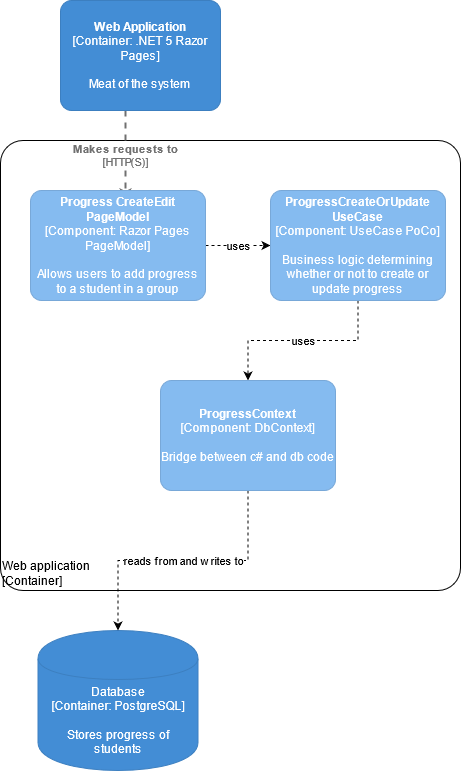
Above: docs/c4-model-C3.png in timohermans/StudentProgress (draw.io), before the change. Source tidied: cells renumbered, new cells last; positions are measured from the earlier drawing's top-left corner, leaving out a move shared by most shapes. Source of this version:
```xml
<mxGraphModel>
  <root>
    <mxCell id="0" />
    <mxCell id="1" parent="0" />
    <object id="2" label="&lt;div style=&quot;text-align: left&quot;&gt;%c4Name%&lt;/div&gt;&lt;div style=&quot;text-align: left&quot;&gt;[%c4Application%]&lt;/div&gt;" c4Application="Container" c4Name="Web application" c4Type="ExecutionEnvironment" placeholders="1">
      <mxCell style="rounded=1;whiteSpace=wrap;html=1;labelBackgroundColor=none;fillColor=#ffffff;fontColor=#000000;align=left;arcSize=5;strokeColor=#000000;verticalAlign=bottom;metaData={&quot;c4Type&quot;:{&quot;editable&quot;:false}};" parent="1" vertex="1">
        <mxGeometry y="140" width="460" height="450" as="geometry" />
      </mxCell>
    </object>
    <object id="3" label="%c4Type%&lt;div&gt;[Container:&amp;nbsp;%c4Technology%]&lt;/div&gt;&lt;br&gt;&lt;div&gt;%c4Description%&lt;/div&gt;" c4Description="Stores progress of &#10;students" c4Technology="PostgreSQL" c4Type="Database" placeholders="1">
      <mxCell style="shape=cylinder;whiteSpace=wrap;html=1;boundedLbl=1;rounded=0;labelBackgroundColor=none;fillColor=#438DD5;fontSize=12;fontColor=#ffffff;align=center;strokeColor=#3C7FC0;points=[[0.5,0,0],[1,0.25,0],[1,0.5,0],[1,0.75,0],[0.5,1,0],[0,0.75,0],[0,0.5,0],[0,0.25,0]];metaData={&quot;c4Type&quot;:{&quot;editable&quot;:false}};" parent="1" vertex="1">
        <mxGeometry x="37.5" y="630" width="160" height="140" as="geometry" />
      </mxCell>
    </object>
    <object id="4" label="&lt;div style=&quot;text-align: left&quot;&gt;&lt;div style=&quot;text-align: center&quot;&gt;&lt;b&gt;%c4Description%&lt;/b&gt;&lt;/div&gt;&lt;div style=&quot;text-align: center&quot;&gt;[%c4Technology%]&lt;/div&gt;&lt;/div&gt;" c4Description="Makes requests to" c4Technology="HTTP(S)" c4Type="Relationship" placeholders="1">
      <mxCell style="edgeStyle=none;rounded=0;html=1;jettySize=auto;orthogonalLoop=1;strokeColor=#707070;strokeWidth=2;fontColor=#707070;jumpStyle=none;dashed=1;metaData={&quot;c4Type&quot;:{&quot;editable&quot;:false}};exitX=0.5;exitY=1;exitDx=0;exitDy=0;exitPerimeter=0;" parent="1" edge="1">
        <mxGeometry relative="1" as="geometry">
          <mxPoint x="125" y="110" as="sourcePoint" />
          <mxPoint x="125" y="200" as="targetPoint" />
        </mxGeometry>
      </mxCell>
    </object>
    <object id="5" label="&lt;b&gt;%c4Name%&lt;/b&gt;&lt;div&gt;[%c4Type%: %c4Technology%]&lt;/div&gt;&lt;br&gt;&lt;div&gt;%c4Description%&lt;/div&gt;" c4Description="Meat of the system" c4Name="Web Application" c4Technology=".NET 5 Razor Pages" c4Type="Container" placeholders="1">
      <mxCell style="rounded=1;whiteSpace=wrap;html=1;labelBackgroundColor=none;fillColor=#438DD5;fontColor=#ffffff;align=center;arcSize=10;strokeColor=#3C7FC0;metaData={&quot;c4Type&quot;:{&quot;editable&quot;:false}};" parent="1" vertex="1">
        <mxGeometry x="60" width="160" height="110" as="geometry" />
      </mxCell>
    </object>
    <mxCell id="6" value="uses" style="edgeStyle=orthogonalEdgeStyle;rounded=0;jettySize=auto;html=1;dashed=1;" parent="1" edge="1" source="7" target="9">
      <mxGeometry relative="1" as="geometry" />
    </mxCell>
    <object id="7" label="&lt;b&gt;%c4Name%&lt;/b&gt;&lt;div&gt;[%c4Type%: %c4Technology%]&lt;/div&gt;&lt;br&gt;&lt;div&gt;%c4Description%&lt;/div&gt;" c4Description="Allows users to add progress to a student in a group" c4Name="Progress CreateEdit PageModel" c4Technology="Razor Pages PageModel" c4Type="Component" placeholders="1">
      <mxCell style="rounded=1;whiteSpace=wrap;html=1;labelBackgroundColor=none;fillColor=#85BBF0;fontColor=#ffffff;align=center;arcSize=10;strokeColor=#78A8D8;metaData={&quot;c4Type&quot;:{&quot;editable&quot;:false}};points=[[0.25,0,0],[0.5,0,0],[0.75,0,0],[1,0.25,0],[1,0.5,0],[1,0.75,0],[0.75,1,0],[0.5,1,0],[0.25,1,0],[0,0.75,0],[0,0.5,0],[0,0.25,0]];" parent="1" vertex="1">
        <mxGeometry x="30" y="190" width="175" height="110" as="geometry" />
      </mxCell>
    </object>
    <mxCell id="8" value="uses" style="edgeStyle=orthogonalEdgeStyle;rounded=0;jettySize=auto;html=1;dashed=1;" parent="1" edge="1" source="9" target="11">
      <mxGeometry relative="1" as="geometry" />
    </mxCell>
    <object id="9" label="&lt;b&gt;%c4Name%&lt;/b&gt;&lt;div&gt;[%c4Type%: %c4Technology%]&lt;/div&gt;&lt;br&gt;&lt;div&gt;%c4Description%&lt;/div&gt;" c4Description="Business logic determining whether or not to create or update progress" c4Name="ProgressCreateOrUpdate UseCase" c4Technology="UseCase PoCo" c4Type="Component" placeholders="1">
      <mxCell style="rounded=1;whiteSpace=wrap;html=1;labelBackgroundColor=none;fillColor=#85BBF0;fontColor=#ffffff;align=center;arcSize=10;strokeColor=#78A8D8;metaData={&quot;c4Type&quot;:{&quot;editable&quot;:false}};points=[[0.25,0,0],[0.5,0,0],[0.75,0,0],[1,0.25,0],[1,0.5,0],[1,0.75,0],[0.75,1,0],[0.5,1,0],[0.25,1,0],[0,0.75,0],[0,0.5,0],[0,0.25,0]];" parent="1" vertex="1">
        <mxGeometry x="270" y="190" width="175" height="110" as="geometry" />
      </mxCell>
    </object>
    <mxCell id="10" value="reads from and writes to" style="edgeStyle=orthogonalEdgeStyle;rounded=0;jettySize=auto;html=1;dashed=1;" parent="1" edge="1" source="11" target="3">
      <mxGeometry relative="1" as="geometry" />
    </mxCell>
    <object id="11" label="&lt;b&gt;%c4Name%&lt;/b&gt;&lt;div&gt;[%c4Type%: %c4Technology%]&lt;/div&gt;&lt;br&gt;&lt;div&gt;%c4Description%&lt;/div&gt;" c4Description="Bridge between c# and db code" c4Name="ProgressContext" c4Technology="DbContext" c4Type="Component" placeholders="1">
      <mxCell style="rounded=1;whiteSpace=wrap;html=1;labelBackgroundColor=none;fillColor=#85BBF0;fontColor=#ffffff;align=center;arcSize=10;strokeColor=#78A8D8;metaData={&quot;c4Type&quot;:{&quot;editable&quot;:false}};points=[[0.25,0,0],[0.5,0,0],[0.75,0,0],[1,0.25,0],[1,0.5,0],[1,0.75,0],[0.75,1,0],[0.5,1,0],[0.25,1,0],[0,0.75,0],[0,0.5,0],[0,0.25,0]];" parent="1" vertex="1">
        <mxGeometry x="160" y="380" width="175" height="110" as="geometry" />
      </mxCell>
    </object>
  </root>
</mxGraphModel>
```
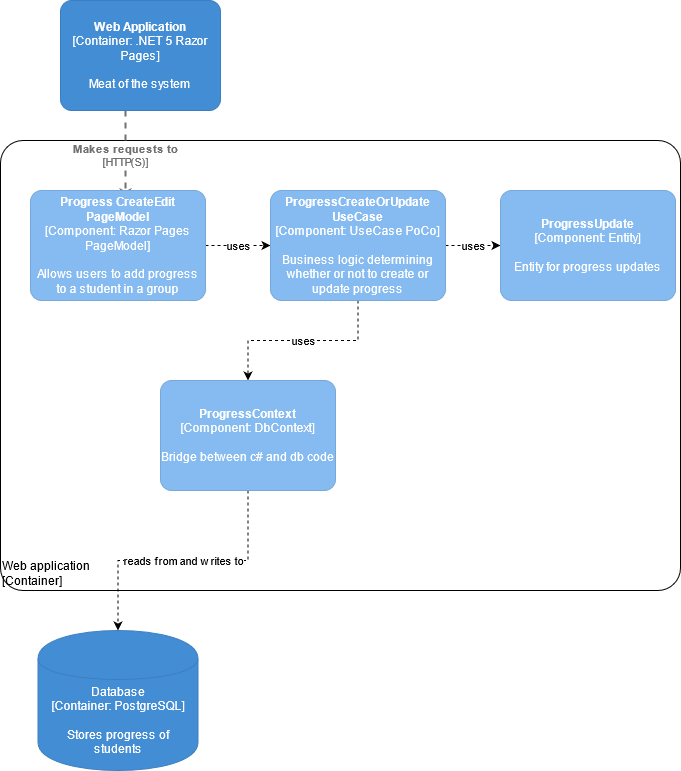
After the commit.

What changed in the source:
```diff
@@ -4,7 +4,7 @@
     <mxCell id="1" parent="0" />
     <object id="2" label="&lt;div style=&quot;text-align: left&quot;&gt;%c4Name%&lt;/div&gt;&lt;div style=&quot;text-align: left&quot;&gt;[%c4Application%]&lt;/div&gt;" c4Application="Container" c4Name="Web application" c4Type="ExecutionEnvironment" placeholders="1">
       <mxCell style="rounded=1;whiteSpace=wrap;html=1;labelBackgroundColor=none;fillColor=#ffffff;fontColor=#000000;align=left;arcSize=5;strokeColor=#000000;verticalAlign=bottom;metaData={&quot;c4Type&quot;:{&quot;editable&quot;:false}};" parent="1" vertex="1">
-        <mxGeometry y="140" width="460" height="450" as="geometry" />
+        <mxGeometry y="140" width="680" height="450" as="geometry" />
       </mxCell>
     </object>
     <object id="3" label="%c4Type%&lt;div&gt;[Container:&amp;nbsp;%c4Technology%]&lt;/div&gt;&lt;br&gt;&lt;div&gt;%c4Description%&lt;/div&gt;" c4Description="Stores progress of &#10;students" c4Technology="PostgreSQL" c4Type="Database" placeholders="1">
@@ -36,6 +36,9 @@
     <mxCell id="8" value="uses" style="edgeStyle=orthogonalEdgeStyle;rounded=0;jettySize=auto;html=1;dashed=1;" parent="1" edge="1" source="9" target="11">
       <mxGeometry relative="1" as="geometry" />
     </mxCell>
+    <mxCell id="12" value="uses" style="edgeStyle=orthogonalEdgeStyle;rounded=0;jettySize=auto;html=1;dashed=1;" parent="1" edge="1" source="9" target="13">
+      <mxGeometry relative="1" as="geometry" />
+    </mxCell>
     <object id="9" label="&lt;b&gt;%c4Name%&lt;/b&gt;&lt;div&gt;[%c4Type%: %c4Technology%]&lt;/div&gt;&lt;br&gt;&lt;div&gt;%c4Description%&lt;/div&gt;" c4Description="Business logic determining whether or not to create or update progress" c4Name="ProgressCreateOrUpdate UseCase" c4Technology="UseCase PoCo" c4Type="Component" placeholders="1">
       <mxCell style="rounded=1;whiteSpace=wrap;html=1;labelBackgroundColor=none;fillColor=#85BBF0;fontColor=#ffffff;align=center;arcSize=10;strokeColor=#78A8D8;metaData={&quot;c4Type&quot;:{&quot;editable&quot;:false}};points=[[0.25,0,0],[0.5,0,0],[0.75,0,0],[1,0.25,0],[1,0.5,0],[1,0.75,0],[0.75,1,0],[0.5,1,0],[0.25,1,0],[0,0.75,0],[0,0.5,0],[0,0.25,0]];" parent="1" vertex="1">
         <mxGeometry x="270" y="190" width="175" height="110" as="geometry" />
@@ -49,5 +52,10 @@
         <mxGeometry x="160" y="380" width="175" height="110" as="geometry" />
       </mxCell>
     </object>
+    <object id="13" label="&lt;b&gt;%c4Name%&lt;/b&gt;&lt;div&gt;[%c4Type%: %c4Technology%]&lt;/div&gt;&lt;br&gt;&lt;div&gt;%c4Description%&lt;/div&gt;" c4Description="Entity for progress updates" c4Name="ProgressUpdate" c4Technology="Entity" c4Type="Component" placeholders="1">
+      <mxCell style="rounded=1;whiteSpace=wrap;html=1;labelBackgroundColor=none;fillColor=#85BBF0;fontColor=#ffffff;align=center;arcSize=10;strokeColor=#78A8D8;metaData={&quot;c4Type&quot;:{&quot;editable&quot;:false}};points=[[0.25,0,0],[0.5,0,0],[0.75,0,0],[1,0.25,0],[1,0.5,0],[1,0.75,0],[0.75,1,0],[0.5,1,0],[0.25,1,0],[0,0.75,0],[0,0.5,0],[0,0.25,0]];" parent="1" vertex="1">
+        <mxGeometry x="500" y="190" width="175" height="110" as="geometry" />
+      </mxCell>
+    </object>
   </root>
 </mxGraphModel>
```
